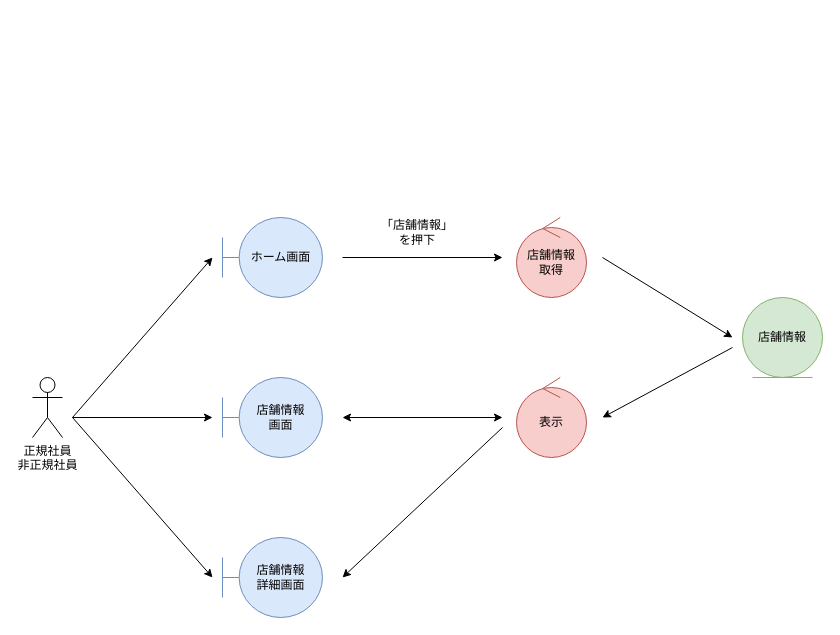
HaruShim/Sotuken keeps this draw.io diagram as page "店舗情報参照" (5 of 9) of 各種設計書/3ロバストネス図/人事管理/従業員情報管理.drawio. Above is the earlier version. Source tidied: cells renumbered, new cells numbered last; positions are measured from the earlier drawing's top-left corner, leaving out a move shared by most shapes. Both pictures are drawn from the tidied source at 100%, with x=0, y=0 at pixel (32, 217).
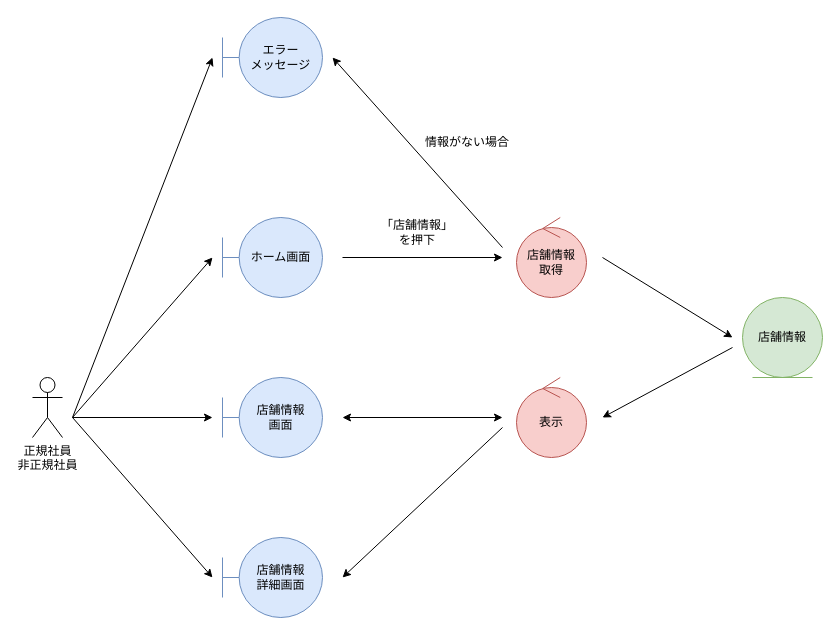
Above is the later version.

Diff of the diagram source:
```diff
@@
+    <mxCell id="18" value="エラー&lt;br&gt;メッセージ" style="shape=umlBoundary;whiteSpace=wrap;html=1;fillColor=#dae8fc;strokeColor=#6c8ebf;" parent="1" vertex="1">
+      <mxGeometry x="190" y="-200" width="100" height="80" as="geometry" />
+    </mxCell>
+    <mxCell id="19" value="情報がない場合" style="text;html=1;strokeColor=none;fillColor=none;align=center;verticalAlign=middle;whiteSpace=wrap;rounded=0;" parent="1" vertex="1">
+      <mxGeometry x="390" y="-90" width="90" height="30" as="geometry" />
+    </mxCell>
+    <mxCell id="20" style="endArrow=classic;html=1;rounded=0;" parent="1" edge="1">
+      <mxGeometry relative="1" as="geometry">
+        <mxPoint x="40" y="200" as="sourcePoint" />
+        <mxPoint x="180" y="-160" as="targetPoint" />
+      </mxGeometry>
+    </mxCell>
+    <mxCell id="21" style="endArrow=classic;html=1;rounded=0;" parent="1" edge="1">
+      <mxGeometry relative="1" as="geometry">
+        <mxPoint x="470" y="30" as="sourcePoint" />
+        <mxPoint x="300" y="-160" as="targetPoint" />
+      </mxGeometry>
+    </mxCell>
```
